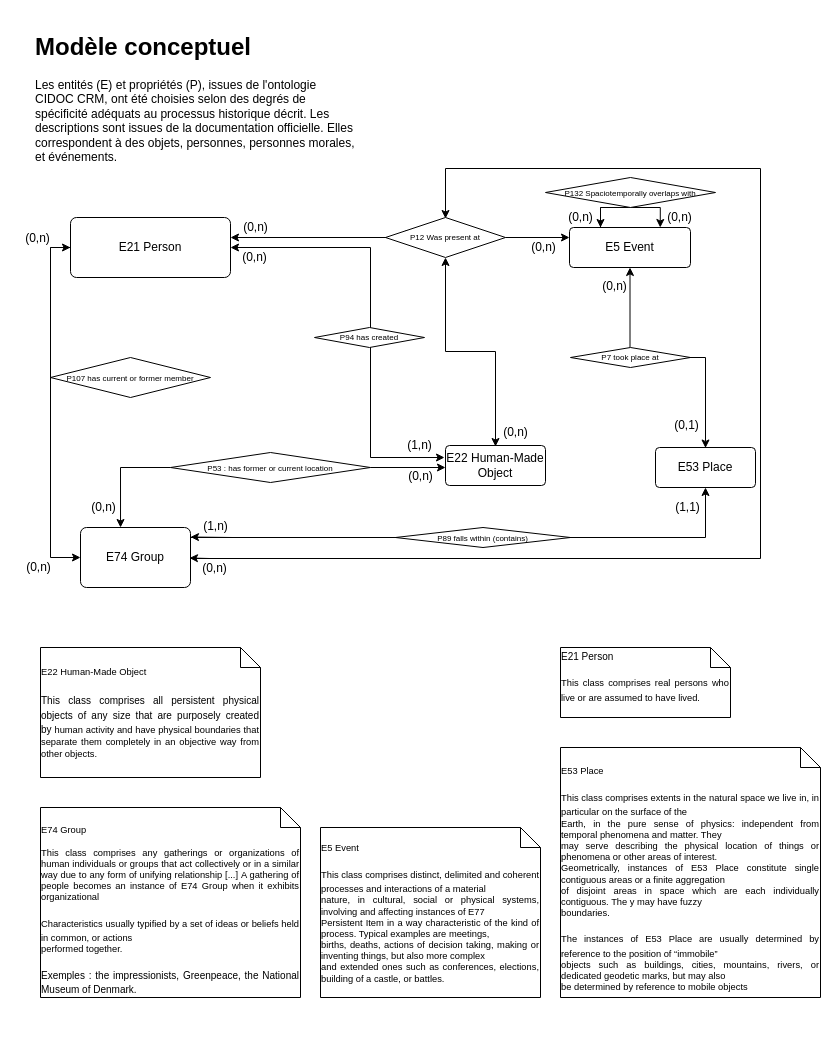
Earlier version of the draw.io diagram CIDOC CRM.drawio (Oeconomo/Mexican_natures). Source tidied: cells renumbered, new cells numbered last; positions are measured from the earlier drawing's top-left corner, leaving out a move shared by most shapes. Both pictures are drawn from the tidied source at 100%, with x=0, y=0 at pixel (17, 27).
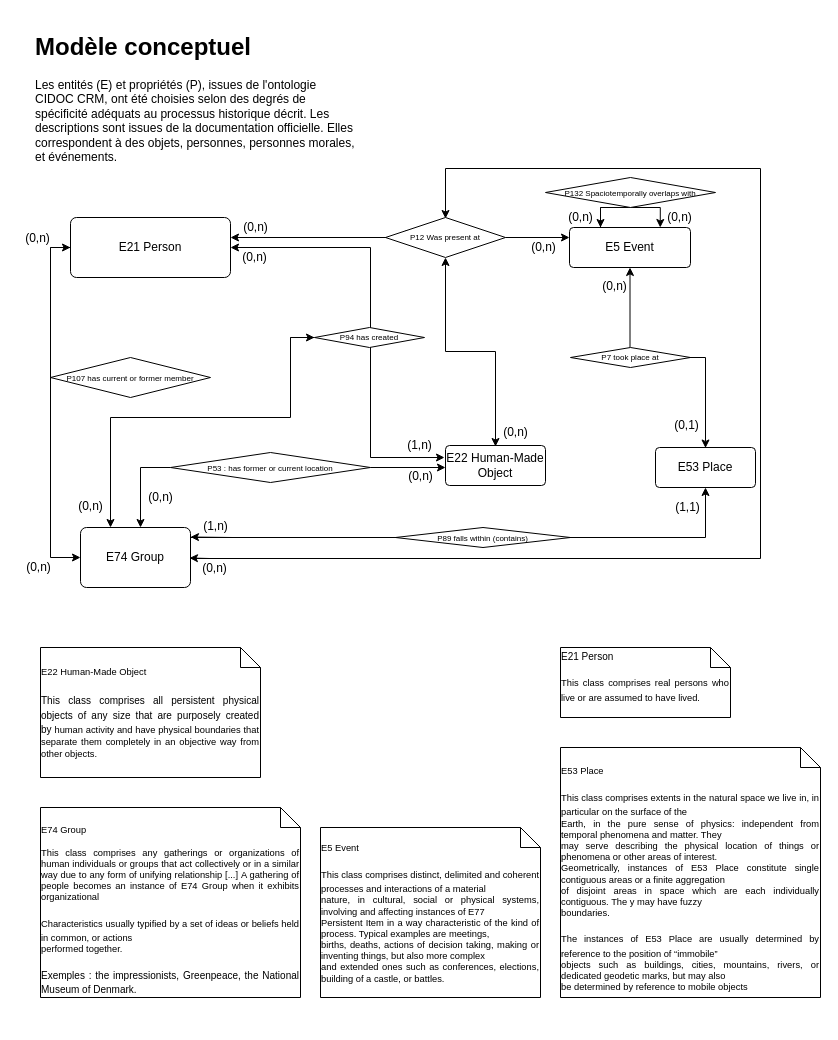
After the change.

The change refers to these unchanged cells:
```xml
<mxCell id="16" value="E74 Group" style="rounded=1;arcSize=10;whiteSpace=wrap;html=1;align=center;" parent="1" vertex="1">
  <mxGeometry x="63" y="500" width="110" height="60" as="geometry" />
</mxCell>
<mxCell id="47" value="P94 has created" style="shape=rhombus;perimeter=rhombusPerimeter;whiteSpace=wrap;html=1;align=center;fontFamily=Helvetica;fontSize=8;" parent="1" vertex="1">
  <mxGeometry x="297" y="300" width="110" height="20" as="geometry" />
</mxCell>
<mxCell id="49" value="&lt;div&gt;&lt;div&gt;&lt;font style=&quot;font-size: 8px;&quot;&gt;P53 : has former or current location&lt;/font&gt;&lt;/div&gt;&lt;/div&gt;" style="shape=rhombus;perimeter=rhombusPerimeter;whiteSpace=wrap;html=1;align=center;" parent="1" vertex="1">
  <mxGeometry x="153" y="425" width="200" height="30" as="geometry" />
</mxCell>
```

What changed in the source:
```diff
@@
-    <mxCell id="18" style="edgeStyle=orthogonalEdgeStyle;rounded=0;jettySize=auto;html=1;entryX=0.364;entryY=0;entryDx=0;entryDy=0;entryPerimeter=0;fontFamily=Helvetica;fontSize=8;startArrow=none;exitX=0;exitY=0.5;exitDx=0;exitDy=0;" parent="1" edge="1" source="49" target="16">
-      <mxGeometry relative="1" as="geometry" />
+    <mxCell id="18" style="edgeStyle=orthogonalEdgeStyle;rounded=0;jettySize=auto;html=1;fontFamily=Helvetica;fontSize=8;startArrow=none;exitX=0;exitY=0.5;exitDx=0;exitDy=0;" parent="1" edge="1" source="49">
+      <mxGeometry relative="1" as="geometry">
+        <mxPoint x="123" y="500" as="targetPoint" />
+        <Array as="points">
+          <mxPoint x="123" y="440" />
+          <mxPoint x="123" y="500" />
+        </Array>
+      </mxGeometry>
     </mxCell>
@@
     <mxCell id="41" value="&lt;span style=&quot;font-size: 12px;&quot;&gt;(0,n)&lt;/span&gt;" style="text;html=1;align=center;verticalAlign=middle;strokeColor=none;fillColor=none;fontSize=8;fontFamily=Helvetica;" parent="1" vertex="1">
-      <mxGeometry x="66" y="470" width="40" height="20" as="geometry" />
+      <mxGeometry x="123" y="460" width="40" height="20" as="geometry" />
     </mxCell>
@@
+    <mxCell id="54" style="edgeStyle=orthogonalEdgeStyle;rounded=0;jettySize=auto;html=1;exitX=0;exitY=0.5;exitDx=0;exitDy=0;fontFamily=Helvetica;fontSize=8;" parent="1" edge="1" source="47">
+      <mxGeometry relative="1" as="geometry">
+        <mxPoint x="93" y="500" as="targetPoint" />
+        <Array as="points">
+          <mxPoint x="273" y="310" />
+          <mxPoint x="273" y="390" />
+          <mxPoint x="93" y="390" />
+          <mxPoint x="93" y="500" />
+        </Array>
+      </mxGeometry>
+    </mxCell>
@@
+    <mxCell id="55" style="endArrow=classic;html=1;rounded=0;fontFamily=Helvetica;fontSize=8;entryX=0;entryY=0.5;entryDx=0;entryDy=0;" parent="1" edge="1" target="47">
+      <mxGeometry relative="1" as="geometry">
+        <mxPoint x="273" y="310" as="sourcePoint" />
+      </mxGeometry>
+    </mxCell>
+    <mxCell id="56" value="&lt;span style=&quot;font-size: 12px;&quot;&gt;(0,n)&lt;/span&gt;" style="text;html=1;align=center;verticalAlign=middle;strokeColor=none;fillColor=none;fontSize=8;fontFamily=Helvetica;" parent="1" vertex="1">
+      <mxGeometry x="53" y="469" width="40" height="20" as="geometry" />
+    </mxCell>
```
